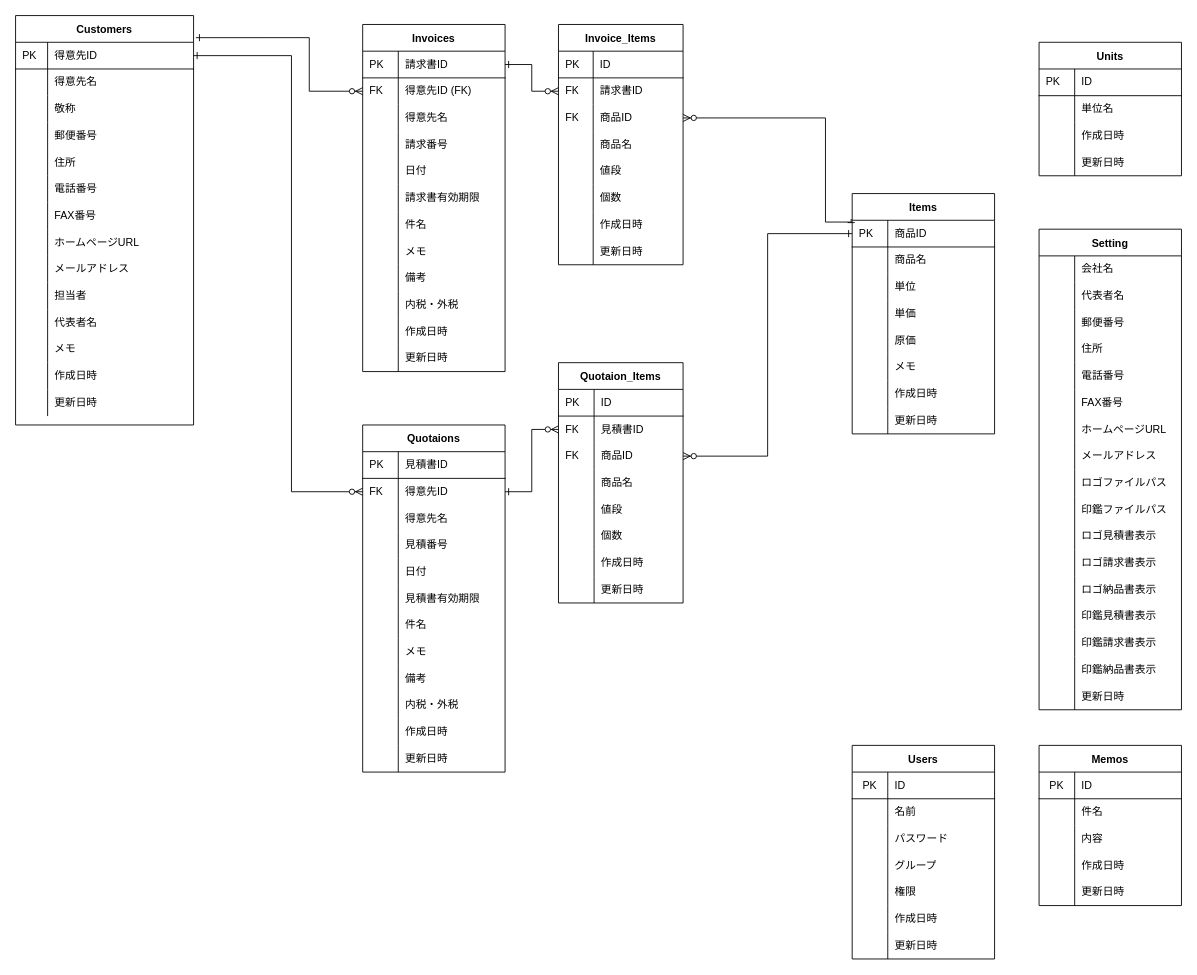
Earlier version of the draw.io diagram soho_er.dio (gamasenninn/caddie-clone). Source tidied: cells renumbered, new cells numbered last; positions are measured from the earlier drawing's top-left corner, leaving out a move shared by most shapes. Both pictures are drawn from the tidied source at 89%, with x=0, y=0 at pixel (15, 15).
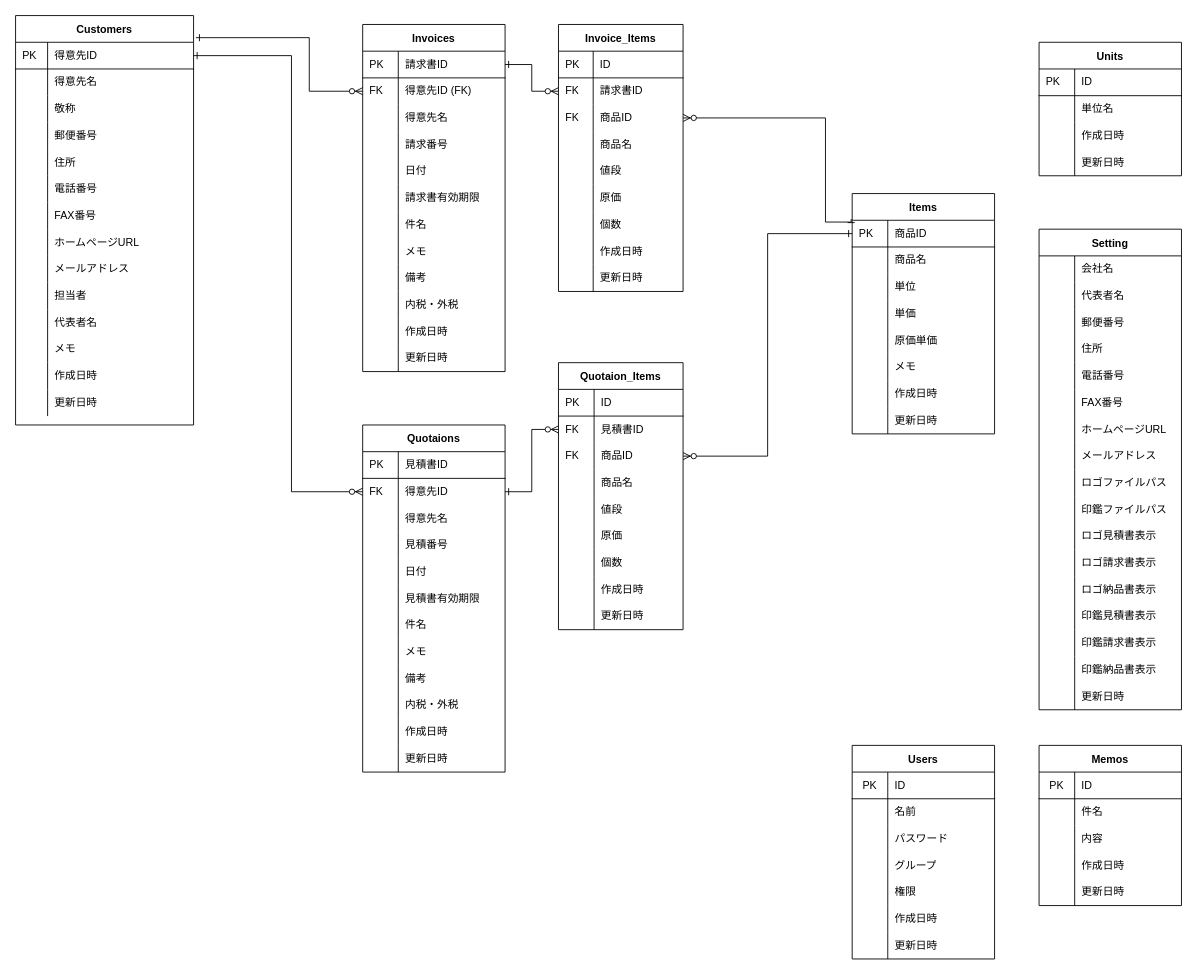
The same diagram, later.

The change refers to these unchanged cells:
```xml
<mxCell id="58" style="shape=partialRectangle;html=1;whiteSpace=wrap;fillColor=none;top=0;left=0;bottom=0;right=0;" parent="45" vertex="1">
  <mxGeometry y="150" width="160" height="30" as="geometry" />
</mxCell>
```

Diff of the diagram source:
```diff
@@
-    <mxCell id="60" value="原価" style="shape=partialRectangle;html=1;whiteSpace=wrap;fillColor=none;top=0;left=0;bottom=0;right=0;align=left;spacingLeft=6;overflow=hidden;" parent="58" vertex="1">
+    <mxCell id="60" value="原価単価" style="shape=partialRectangle;html=1;whiteSpace=wrap;fillColor=none;top=0;left=0;bottom=0;right=0;align=left;spacingLeft=6;overflow=hidden;" parent="58" vertex="1">
       <mxGeometry x="40" width="120" height="30" as="geometry" />
     </mxCell>
@@
     <mxCell id="107" value="Invoice_Items" style="shape=table;startSize=30;childLayout=tableLayout;rowLines=0;fontStyle=1;align=center;" parent="1" vertex="1">
-      <mxGeometry x="610" y="10" width="140" height="270" as="geometry" />
+      <mxGeometry x="610" y="10" width="140" height="300" as="geometry" />
     </mxCell>
@@
+    <mxCell id="303" style="shape=partialRectangle;html=1;whiteSpace=wrap;fillColor=none;top=0;left=0;bottom=0;right=0;" parent="107" vertex="1">
+      <mxGeometry y="180" width="140" height="30" as="geometry" />
+    </mxCell>
+    <mxCell id="304" style="shape=partialRectangle;html=1;whiteSpace=wrap;fillColor=none;top=0;left=0;bottom=0;right=0;align=left;spacingLeft=6;overflow=hidden;" parent="303" vertex="1">
+      <mxGeometry width="39" height="30" as="geometry" />
+    </mxCell>
+    <mxCell id="305" value="原価" style="shape=partialRectangle;html=1;whiteSpace=wrap;fillColor=none;top=0;left=0;bottom=0;right=0;align=left;spacingLeft=6;overflow=hidden;" parent="303" vertex="1">
+      <mxGeometry x="39" width="101" height="30" as="geometry" />
+    </mxCell>
     <mxCell id="123" style="shape=partialRectangle;html=1;whiteSpace=wrap;fillColor=none;top=0;left=0;bottom=0;right=0;" parent="107" vertex="1">
-      <mxGeometry y="180" width="140" height="30" as="geometry" />
+      <mxGeometry y="210" width="140" height="30" as="geometry" />
     </mxCell>
@@
     <mxCell id="126" style="shape=partialRectangle;html=1;whiteSpace=wrap;fillColor=none;top=0;left=0;bottom=0;right=0;" parent="107" vertex="1">
-      <mxGeometry y="210" width="140" height="30" as="geometry" />
+      <mxGeometry y="240" width="140" height="30" as="geometry" />
     </mxCell>
@@
     <mxCell id="129" style="shape=partialRectangle;html=1;whiteSpace=wrap;fillColor=none;top=0;left=0;bottom=0;right=0;" parent="107" vertex="1">
-      <mxGeometry y="240" width="140" height="30" as="geometry" />
+      <mxGeometry y="270" width="140" height="30" as="geometry" />
     </mxCell>
@@
     <mxCell id="169" value="Quotaion_Items" style="shape=table;startSize=30;childLayout=tableLayout;rowLines=0;fontStyle=1;align=center;" parent="1" vertex="1">
-      <mxGeometry x="610" y="390" width="140" height="270" as="geometry" />
+      <mxGeometry x="610" y="390" width="140" height="300" as="geometry" />
     </mxCell>
@@
+    <mxCell id="306" style="shape=partialRectangle;html=1;whiteSpace=wrap;fillColor=none;top=0;left=0;bottom=0;right=0;" parent="169" vertex="1">
+      <mxGeometry y="180" width="140" height="30" as="geometry" />
+    </mxCell>
+    <mxCell id="307" style="shape=partialRectangle;html=1;whiteSpace=wrap;fillColor=none;top=0;left=0;bottom=0;right=0;align=left;spacingLeft=6;overflow=hidden;" parent="306" vertex="1">
+      <mxGeometry width="40" height="30" as="geometry" />
+    </mxCell>
+    <mxCell id="308" value="原価" style="shape=partialRectangle;html=1;whiteSpace=wrap;fillColor=none;top=0;left=0;bottom=0;right=0;align=left;spacingLeft=6;overflow=hidden;" parent="306" vertex="1">
+      <mxGeometry x="40" width="100" height="30" as="geometry" />
+    </mxCell>
     <mxCell id="185" style="shape=partialRectangle;html=1;whiteSpace=wrap;fillColor=none;top=0;left=0;bottom=0;right=0;" parent="169" vertex="1">
-      <mxGeometry y="180" width="140" height="30" as="geometry" />
+      <mxGeometry y="210" width="140" height="30" as="geometry" />
     </mxCell>
@@
     <mxCell id="188" style="shape=partialRectangle;html=1;whiteSpace=wrap;fillColor=none;top=0;left=0;bottom=0;right=0;" parent="169" vertex="1">
-      <mxGeometry y="210" width="140" height="30" as="geometry" />
+      <mxGeometry y="240" width="140" height="30" as="geometry" />
     </mxCell>
@@
     <mxCell id="191" style="shape=partialRectangle;html=1;whiteSpace=wrap;fillColor=none;top=0;left=0;bottom=0;right=0;" parent="169" vertex="1">
-      <mxGeometry y="240" width="140" height="30" as="geometry" />
+      <mxGeometry y="270" width="140" height="30" as="geometry" />
     </mxCell>
```
